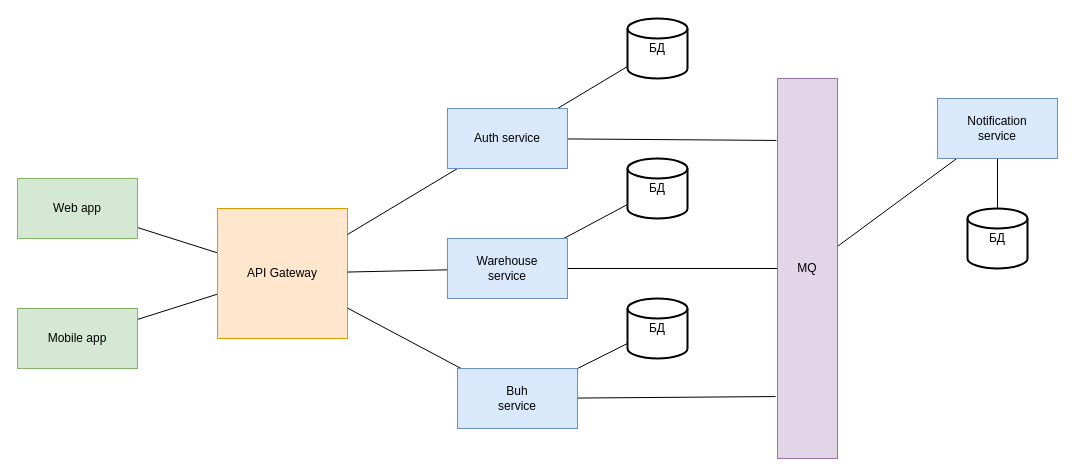
aapoplavskii/Project_Otus_SA keeps this draw.io diagram as Microservice architecture.drawio. Above is the earlier version. Source tidied: cells renumbered, new cells numbered last; positions are measured from the earlier drawing's top-left corner, leaving out a move shared by most shapes. Both pictures are drawn from the tidied source at 100%, with x=0, y=0 at pixel (17, 18).
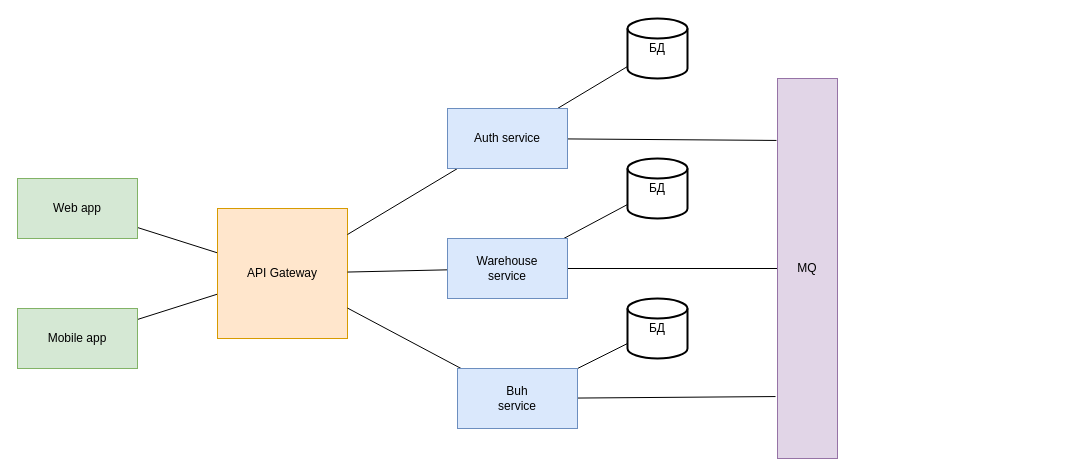
The same diagram, later.

Commit message (it also covers changes not shown here):
добавил диаграмму компонентов

Unchanged cells that the change refers to:
```xml
<mxCell id="18" value="MQ" style="rounded=0;whiteSpace=wrap;html=1;fillColor=#e1d5e7;strokeColor=#9673a6;" parent="1" vertex="1">
  <mxGeometry x="760" y="60" width="60" height="380" as="geometry" />
</mxCell>
```

The edit, as a diff of the source:
```diff
@@
-    <mxCell id="17" style="rounded=0;jettySize=auto;html=1;endArrow=none;endFill=0;" parent="1" edge="1" source="18" target="26">
-      <mxGeometry relative="1" as="geometry" />
-    </mxCell>
@@
-    <mxCell id="24" value="БД" style="strokeWidth=2;html=1;shape=mxgraph.flowchart.database;whiteSpace=wrap;" parent="1" vertex="1">
-      <mxGeometry x="950" y="190" width="60" height="60" as="geometry" />
-    </mxCell>
-    <mxCell id="25" style="edgeStyle=orthogonalEdgeStyle;rounded=0;jettySize=auto;html=1;entryX=0.5;entryY=0;entryDx=0;entryDy=0;entryPerimeter=0;endArrow=none;endFill=0;" parent="1" edge="1" source="26" target="24">
-      <mxGeometry relative="1" as="geometry" />
-    </mxCell>
-    <mxCell id="26" value="Notification&lt;br&gt;service" style="rounded=0;whiteSpace=wrap;html=1;fillColor=#dae8fc;strokeColor=#6c8ebf;" parent="1" vertex="1">
-      <mxGeometry x="920" y="80" width="120" height="60" as="geometry" />
-    </mxCell>
```
